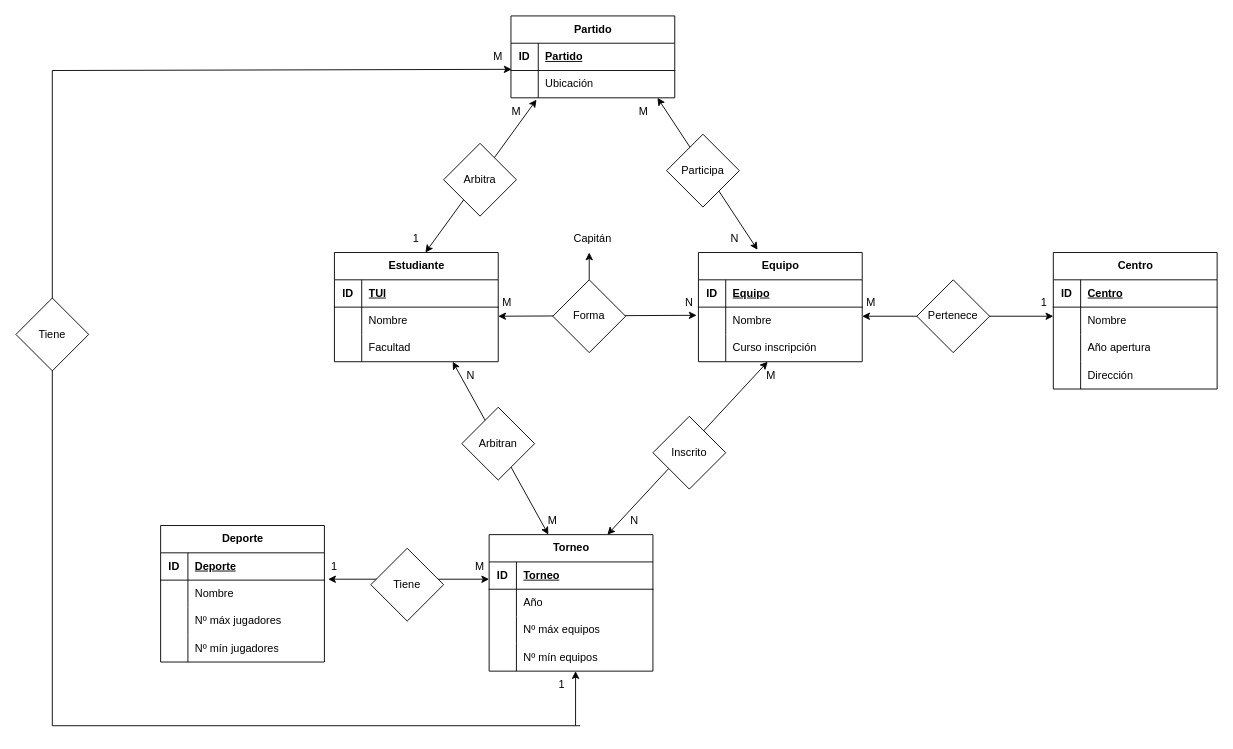
Earlier version of the draw.io diagram Proyecto/proyectoBaseDatos.drawio.xml (reyesdefedericocarlota/Base-de-datos). Source tidied: cells renumbered, new cells numbered last; positions are measured from the earlier drawing's top-left corner, leaving out a move shared by most shapes. Both pictures are drawn from the tidied source at 91%, with x=0, y=0 at pixel (15, 15).
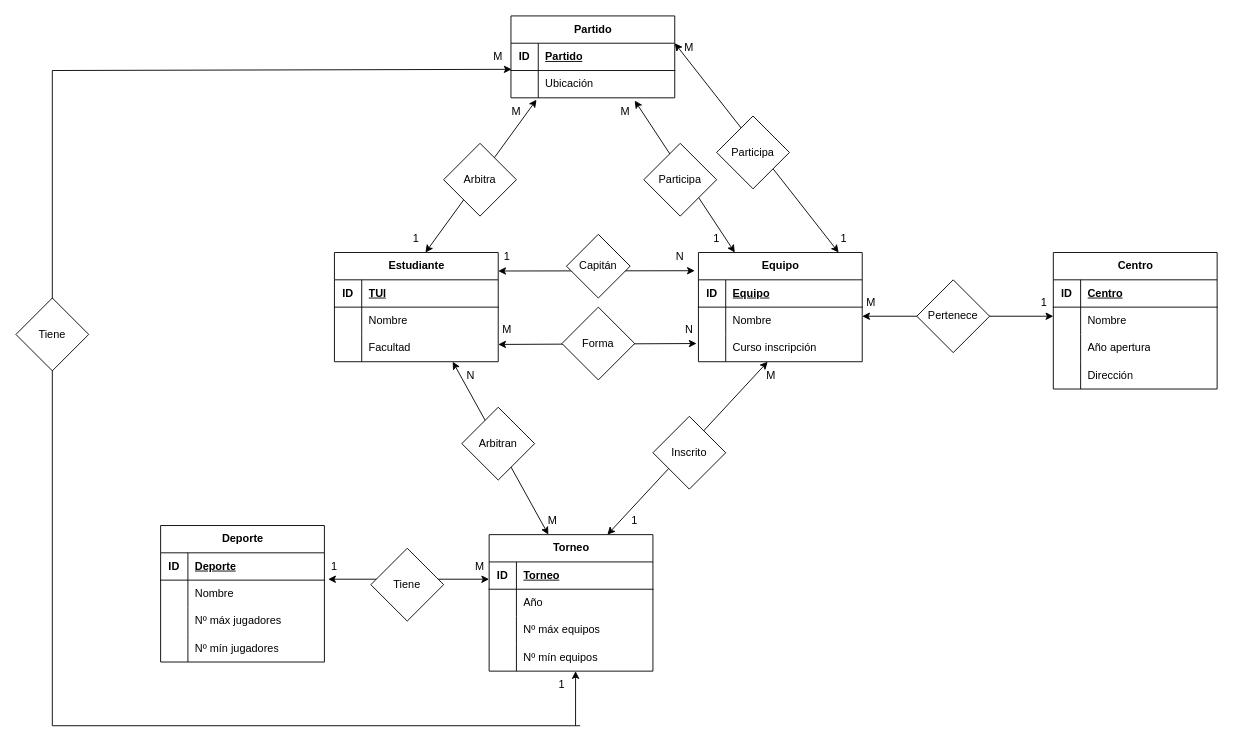
The same diagram, later.

Commit message:
Modifico diagrama

Unchanged cells that the change refers to:
```xml
<mxCell id="12" value="Equipo" style="shape=table;startSize=30;childLayout=tableLayout;rowLines=0;fontStyle=1;align=center;html=1;" parent="1" vertex="1">
  <mxGeometry x="750" y="260" width="180" height="120" as="geometry" />
</mxCell>
<mxCell id="16" style="shape=tableRow;horizontal=0;startSize=0;swimlaneHead=0;swimlaneBody=0;fillColor=none;points=[[0,0.5],[1,0.5]];portConstraint=eastwest;top=0;left=0;right=0;bottom=0;" parent="12" vertex="1">
  <mxGeometry y="60" width="180" height="30" as="geometry" />
</mxCell>
```

The edit, as a diff of the source:
```diff
@@
-    <mxCell id="29" style="endArrow=classic;startArrow=classic;html=1;rounded=0;entryX=-0.011;entryY=0.3;entryDx=0;entryDy=0;entryPerimeter=0;" parent="1" edge="1" target="16">
+    <mxCell id="29" style="endArrow=classic;startArrow=classic;html=1;rounded=0;entryX=-0.011;entryY=0.3;entryDx=0;entryDy=0;entryPerimeter=0;" parent="1" edge="1">
       <mxGeometry relative="1" as="geometry">
-        <mxPoint x="530" y="330" as="sourcePoint" />
+        <mxPoint x="530" y="361" as="sourcePoint" />
+        <mxPoint x="748" y="360" as="targetPoint" />
       </mxGeometry>
     </mxCell>
-    <mxCell id="30" style="edgeStyle=orthogonalEdgeStyle;rounded=0;jettySize=auto;html=1;exitX=0.5;exitY=0;exitDx=0;exitDy=0;" parent="1" edge="1" source="31">
-      <mxGeometry relative="1" as="geometry">
-        <mxPoint x="630" y="260" as="targetPoint" />
-      </mxGeometry>
-    </mxCell>
     <mxCell id="31" value="Forma" style="rhombus;whiteSpace=wrap;html=1;" parent="1" vertex="1">
-      <mxGeometry x="590" y="290" width="80" height="80" as="geometry" />
+      <mxGeometry x="600" y="320" width="80" height="80" as="geometry" />
     </mxCell>
     <mxCell id="32" value="N" style="text;html=1;whiteSpace=wrap;strokeColor=none;fillColor=none;align=center;verticalAlign=middle;rounded=0;" parent="1" vertex="1">
-      <mxGeometry x="710" y="300" width="60" height="30" as="geometry" />
+      <mxGeometry x="710" y="330" width="60" height="30" as="geometry" />
     </mxCell>
     <mxCell id="33" value="M" style="text;html=1;whiteSpace=wrap;strokeColor=none;fillColor=none;align=center;verticalAlign=middle;rounded=0;" parent="1" vertex="1">
-      <mxGeometry x="510" y="300" width="60" height="30" as="geometry" />
+      <mxGeometry x="510" y="330" width="60" height="30" as="geometry" />
     </mxCell>
-    <mxCell id="34" value="Capitán" style="text;html=1;whiteSpace=wrap;strokeColor=none;fillColor=none;align=center;verticalAlign=middle;rounded=0;" parent="1" vertex="1">
-      <mxGeometry x="604" y="230" width="60" height="30" as="geometry" />
-    </mxCell>
@@
-    <mxCell id="38" value="N" style="text;html=1;whiteSpace=wrap;strokeColor=none;fillColor=none;align=center;verticalAlign=middle;rounded=0;" parent="1" vertex="1">
+    <mxCell id="38" value="1" style="text;html=1;whiteSpace=wrap;strokeColor=none;fillColor=none;align=center;verticalAlign=middle;rounded=0;" parent="1" vertex="1">
       <mxGeometry x="650" y="540" width="60" height="30" as="geometry" />
     </mxCell>
@@
-    <mxCell id="47" style="endArrow=classic;startArrow=classic;html=1;rounded=0;exitX=0.361;exitY=-0.025;exitDx=0;exitDy=0;exitPerimeter=0;" parent="1" edge="1" source="12">
+    <mxCell id="47" style="endArrow=classic;startArrow=classic;html=1;rounded=0;exitX=0.361;exitY=-0.025;exitDx=0;exitDy=0;exitPerimeter=0;" parent="1" edge="1">
       <mxGeometry relative="1" as="geometry">
-        <mxPoint x="705" y="90" as="targetPoint" />
+        <mxPoint x="790" y="260" as="sourcePoint" />
+        <mxPoint x="680" y="93" as="targetPoint" />
       </mxGeometry>
     </mxCell>
     <mxCell id="48" value="Participa" style="rhombus;whiteSpace=wrap;html=1;" parent="1" vertex="1">
-      <mxGeometry x="715" y="130" width="80" height="80" as="geometry" />
+      <mxGeometry x="690" y="140" width="80" height="80" as="geometry" />
     </mxCell>
     <mxCell id="49" value="M" style="text;html=1;whiteSpace=wrap;strokeColor=none;fillColor=none;align=center;verticalAlign=middle;rounded=0;" parent="1" vertex="1">
-      <mxGeometry x="660" y="90" width="60" height="30" as="geometry" />
+      <mxGeometry x="640" y="90" width="60" height="30" as="geometry" />
     </mxCell>
-    <mxCell id="50" value="N" style="text;html=1;whiteSpace=wrap;strokeColor=none;fillColor=none;align=center;verticalAlign=middle;rounded=0;" parent="1" vertex="1">
-      <mxGeometry x="760" y="230" width="60" height="30" as="geometry" />
+    <mxCell id="50" value="1" style="text;html=1;whiteSpace=wrap;strokeColor=none;fillColor=none;align=center;verticalAlign=middle;rounded=0;" parent="1" vertex="1">
+      <mxGeometry x="740" y="230" width="60" height="30" as="geometry" />
     </mxCell>
@@
+    <mxCell id="105" style="endArrow=classic;startArrow=classic;html=1;rounded=0;" parent="1" edge="1">
+      <mxGeometry relative="1" as="geometry">
+        <mxPoint x="530" y="280.3" as="sourcePoint" />
+        <mxPoint x="746" y="280" as="targetPoint" />
+      </mxGeometry>
+    </mxCell>
+    <mxCell id="34" value="Capitán" style="rhombus;whiteSpace=wrap;html=1;" parent="1" vertex="1">
+      <mxGeometry x="605" y="240" width="70" height="70" as="geometry" />
+    </mxCell>
+    <mxCell id="106" value="1" style="text;html=1;whiteSpace=wrap;strokeColor=none;fillColor=none;align=center;verticalAlign=middle;rounded=0;" parent="1" vertex="1">
+      <mxGeometry x="510" y="250" width="60" height="30" as="geometry" />
+    </mxCell>
+    <mxCell id="107" value="N" style="text;html=1;whiteSpace=wrap;strokeColor=none;fillColor=none;align=center;verticalAlign=middle;rounded=0;" parent="1" vertex="1">
+      <mxGeometry x="700" y="250" width="60" height="30" as="geometry" />
+    </mxCell>
+    <mxCell id="108" style="endArrow=classic;startArrow=classic;html=1;rounded=0;entryX=1.033;entryY=0;entryDx=0;entryDy=0;entryPerimeter=0;" parent="1" edge="1">
+      <mxGeometry relative="1" as="geometry">
+        <mxPoint x="904.1" y="260" as="sourcePoint" />
+        <mxPoint x="724" y="30" as="targetPoint" />
+      </mxGeometry>
+    </mxCell>
+    <mxCell id="109" value="Participa" style="rhombus;whiteSpace=wrap;html=1;" parent="1" vertex="1">
+      <mxGeometry x="770" y="110" width="80" height="80" as="geometry" />
+    </mxCell>
+    <mxCell id="110" value="M" style="text;html=1;whiteSpace=wrap;strokeColor=none;fillColor=none;align=center;verticalAlign=middle;rounded=0;" parent="1" vertex="1">
+      <mxGeometry x="710" y="20" width="60" height="30" as="geometry" />
+    </mxCell>
+    <mxCell id="111" value="1" style="text;html=1;whiteSpace=wrap;strokeColor=none;fillColor=none;align=center;verticalAlign=middle;rounded=0;" parent="1" vertex="1">
+      <mxGeometry x="880" y="230" width="60" height="30" as="geometry" />
+    </mxCell>
```
